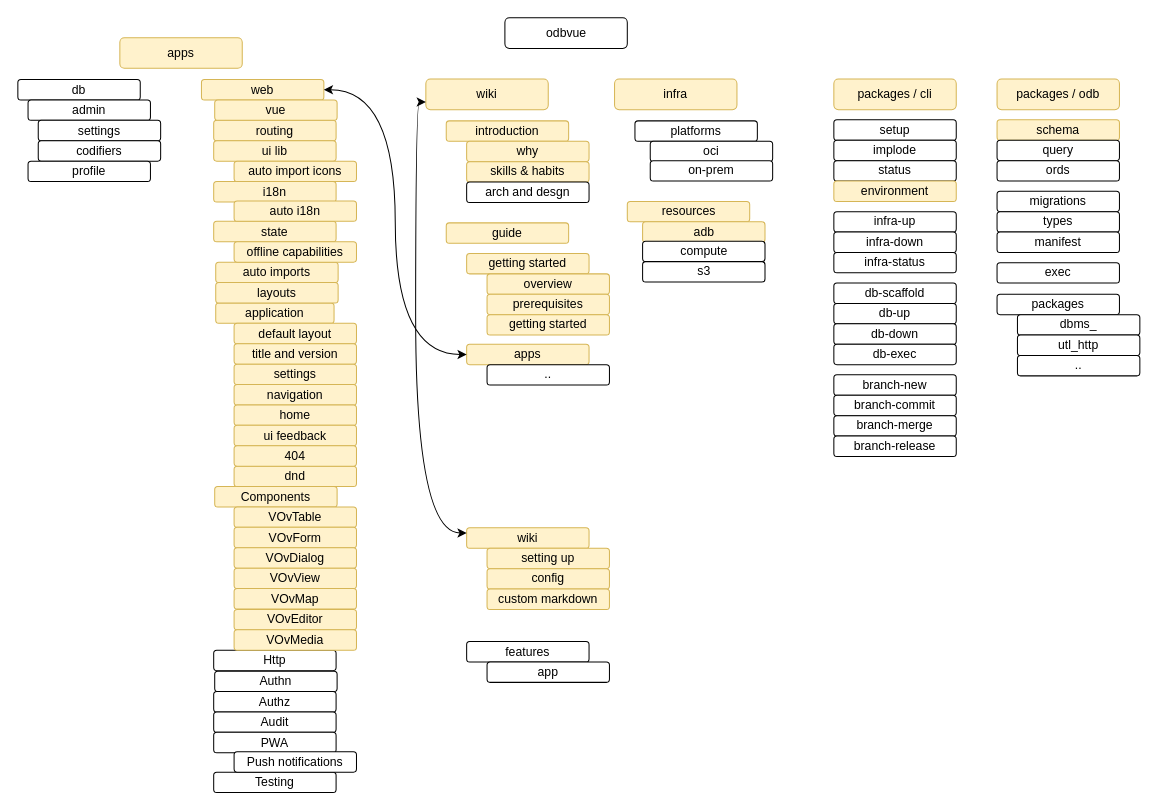
Before: roadmap.drawio in odbvue/odbvue, a draw.io diagram. Source tidied: cells renumbered, new cells numbered last; positions are measured from the earlier drawing's top-left corner, leaving out a move shared by most shapes. Both pictures are drawn from the tidied source at 102%, with x=0, y=0 at pixel (17, 17).
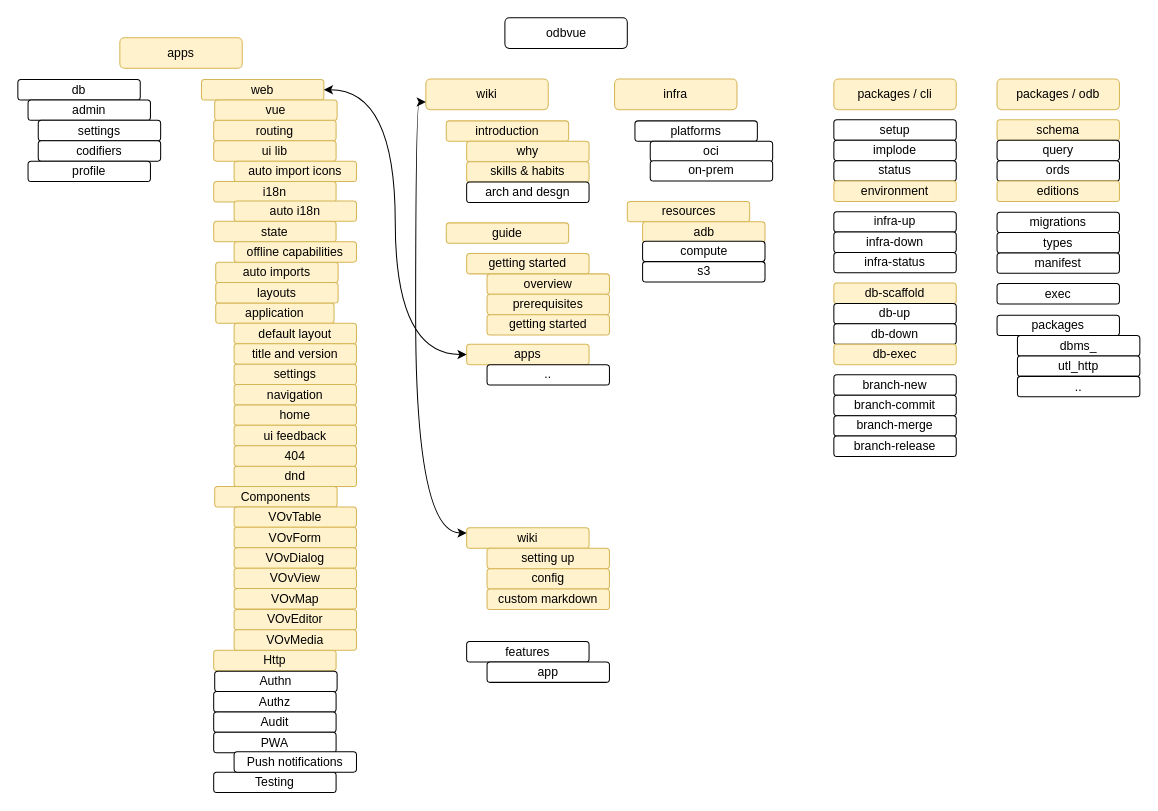
The same page after the edit.

What changed in the source:
```diff
@@
-    <mxCell id="14" value="db-scaffold" style="rounded=1;whiteSpace=wrap;html=1;" parent="1" vertex="1">
+    <mxCell id="14" value="db-scaffold" style="rounded=1;whiteSpace=wrap;html=1;fillColor=#fff2cc;strokeColor=#d6b656;" parent="1" vertex="1">
       <mxGeometry x="800" y="260" width="120" height="20" as="geometry" />
     </mxCell>
@@
-    <mxCell id="18" value="db-exec" style="rounded=1;whiteSpace=wrap;html=1;" parent="1" vertex="1">
+    <mxCell id="18" value="db-exec" style="rounded=1;whiteSpace=wrap;html=1;fillColor=#fff2cc;strokeColor=#d6b656;" parent="1" vertex="1">
       <mxGeometry x="800" y="320" width="120" height="20" as="geometry" />
     </mxCell>
@@
     <mxCell id="25" value="packages" style="rounded=1;whiteSpace=wrap;html=1;" parent="1" vertex="1">
-      <mxGeometry x="960" y="271" width="120" height="20" as="geometry" />
+      <mxGeometry x="960" y="291.5" width="120" height="20" as="geometry" />
     </mxCell>
     <mxCell id="26" value="migrations" style="rounded=1;whiteSpace=wrap;html=1;" parent="1" vertex="1">
-      <mxGeometry x="960" y="170" width="120" height="20" as="geometry" />
+      <mxGeometry x="960" y="190.5" width="120" height="20" as="geometry" />
     </mxCell>
     <mxCell id="27" value="types" style="rounded=1;whiteSpace=wrap;html=1;" parent="1" vertex="1">
-      <mxGeometry x="960" y="190" width="120" height="20" as="geometry" />
+      <mxGeometry x="960" y="210.5" width="120" height="20" as="geometry" />
     </mxCell>
     <mxCell id="28" value="manifest" style="rounded=1;whiteSpace=wrap;html=1;" parent="1" vertex="1">
-      <mxGeometry x="960" y="210" width="120" height="20" as="geometry" />
+      <mxGeometry x="960" y="230.5" width="120" height="20" as="geometry" />
     </mxCell>
@@
     <mxCell id="30" value="exec" style="rounded=1;whiteSpace=wrap;html=1;" parent="1" vertex="1">
-      <mxGeometry x="960" y="240" width="120" height="20" as="geometry" />
+      <mxGeometry x="960" y="260.5" width="120" height="20" as="geometry" />
     </mxCell>
     <mxCell id="31" value="dbms_" style="rounded=1;whiteSpace=wrap;html=1;" parent="1" vertex="1">
-      <mxGeometry x="980" y="291" width="120" height="20" as="geometry" />
+      <mxGeometry x="980" y="311.5" width="120" height="20" as="geometry" />
     </mxCell>
     <mxCell id="32" value="utl_http" style="rounded=1;whiteSpace=wrap;html=1;" parent="1" vertex="1">
-      <mxGeometry x="980" y="311" width="120" height="20" as="geometry" />
+      <mxGeometry x="980" y="331.5" width="120" height="20" as="geometry" />
     </mxCell>
     <mxCell id="33" value=".." style="rounded=1;whiteSpace=wrap;html=1;" parent="1" vertex="1">
-      <mxGeometry x="980" y="331" width="120" height="20" as="geometry" />
+      <mxGeometry x="980" y="351.5" width="120" height="20" as="geometry" />
     </mxCell>
@@
-    <mxCell id="57" value="Http" style="rounded=1;whiteSpace=wrap;html=1;" parent="1" vertex="1">
+    <mxCell id="57" value="Http" style="rounded=1;whiteSpace=wrap;html=1;fillColor=#fff2cc;strokeColor=#d6b656;" parent="1" vertex="1">
       <mxGeometry x="192" y="620" width="120" height="20" as="geometry" />
     </mxCell>
@@
+    <mxCell id="100" value="editions" style="rounded=1;whiteSpace=wrap;html=1;fillColor=#fff2cc;strokeColor=#d6b656;" parent="1" vertex="1">
+      <mxGeometry x="960" y="160" width="120" height="20" as="geometry" />
+    </mxCell>
```
